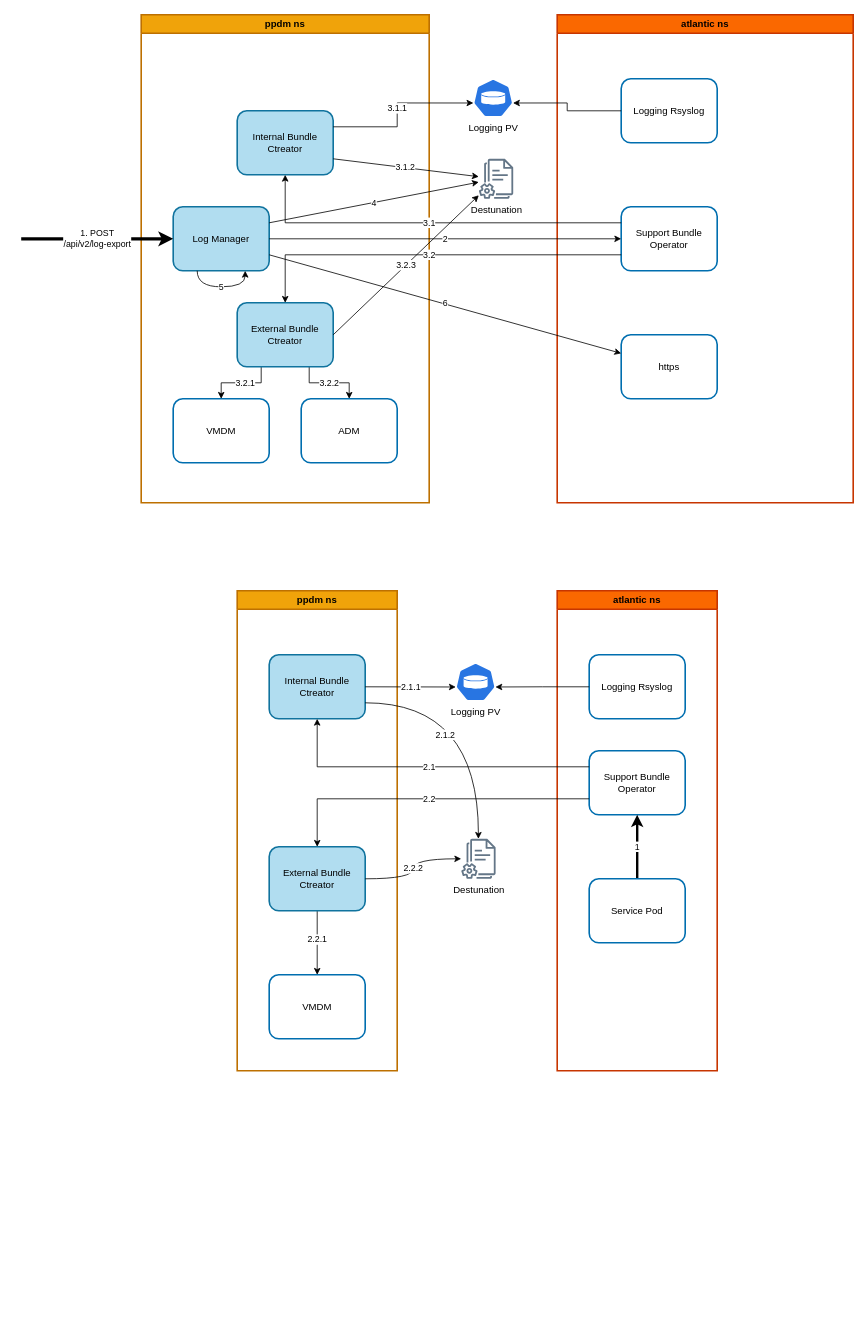
This is page "Log Manager" (9 of 9) of st/K8S_Logging.drawio from gaivin/drawio, a draw.io file, before an edit. Source tidied: cells renumbered, new cells numbered last; positions are measured from the earlier drawing's top-left corner, leaving out a move shared by most shapes. Both pictures are drawn from the tidied source at 80%, with x=0, y=0 at pixel (21, 14).
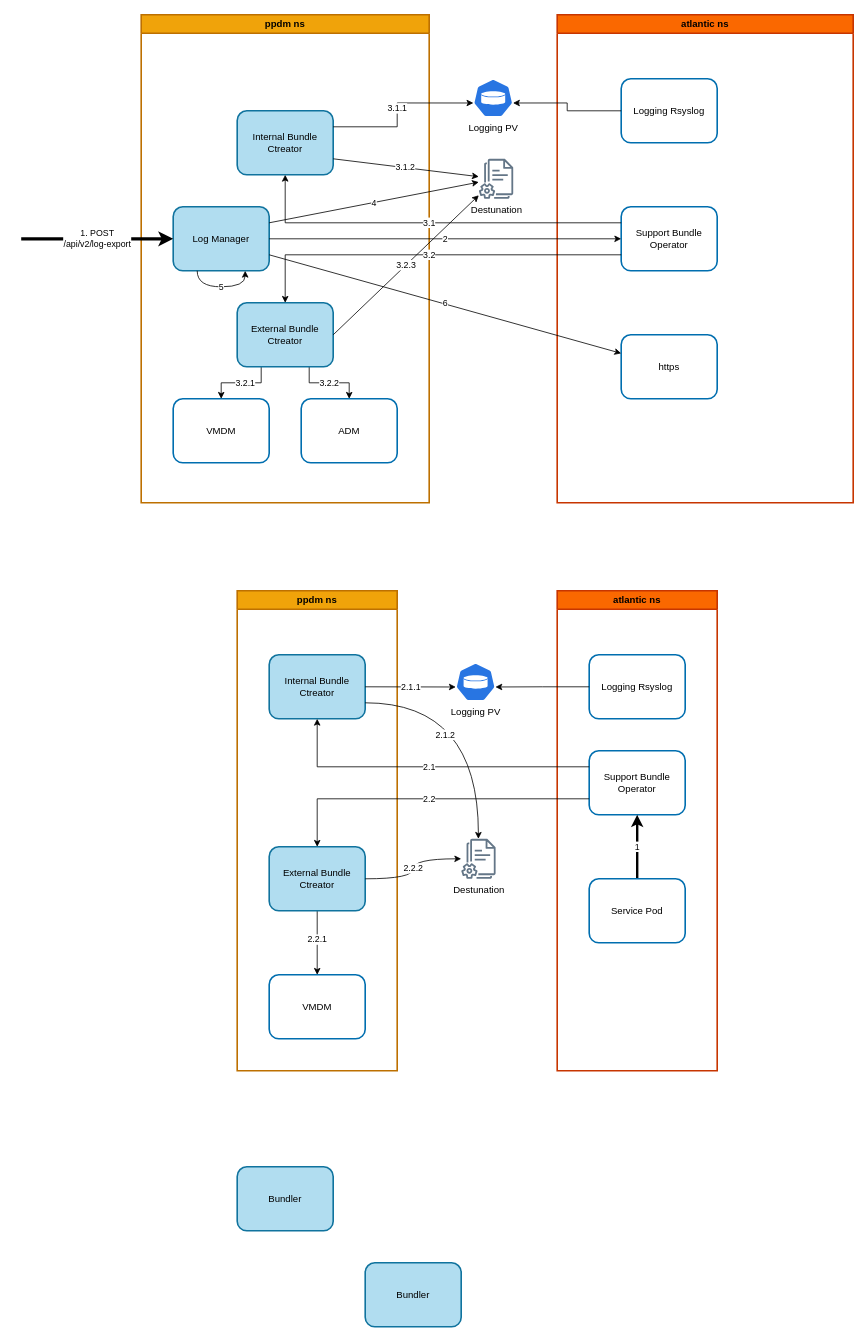
The same page after the edit.

Change to the diagram source:
```diff
@@
+    <mxCell id="45" value="Bundler" style="rounded=1;whiteSpace=wrap;html=1;fillColor=#b1ddf0;strokeColor=#10739e;strokeWidth=2;" parent="1" vertex="1">
+      <mxGeometry x="270" y="1440" width="120" height="80" as="geometry" />
+    </mxCell>
+    <mxCell id="46" value="Bundler" style="rounded=1;whiteSpace=wrap;html=1;fillColor=#b1ddf0;strokeColor=#10739e;strokeWidth=2;" parent="1" vertex="1">
+      <mxGeometry x="430" y="1560" width="120" height="80" as="geometry" />
+    </mxCell>
```
